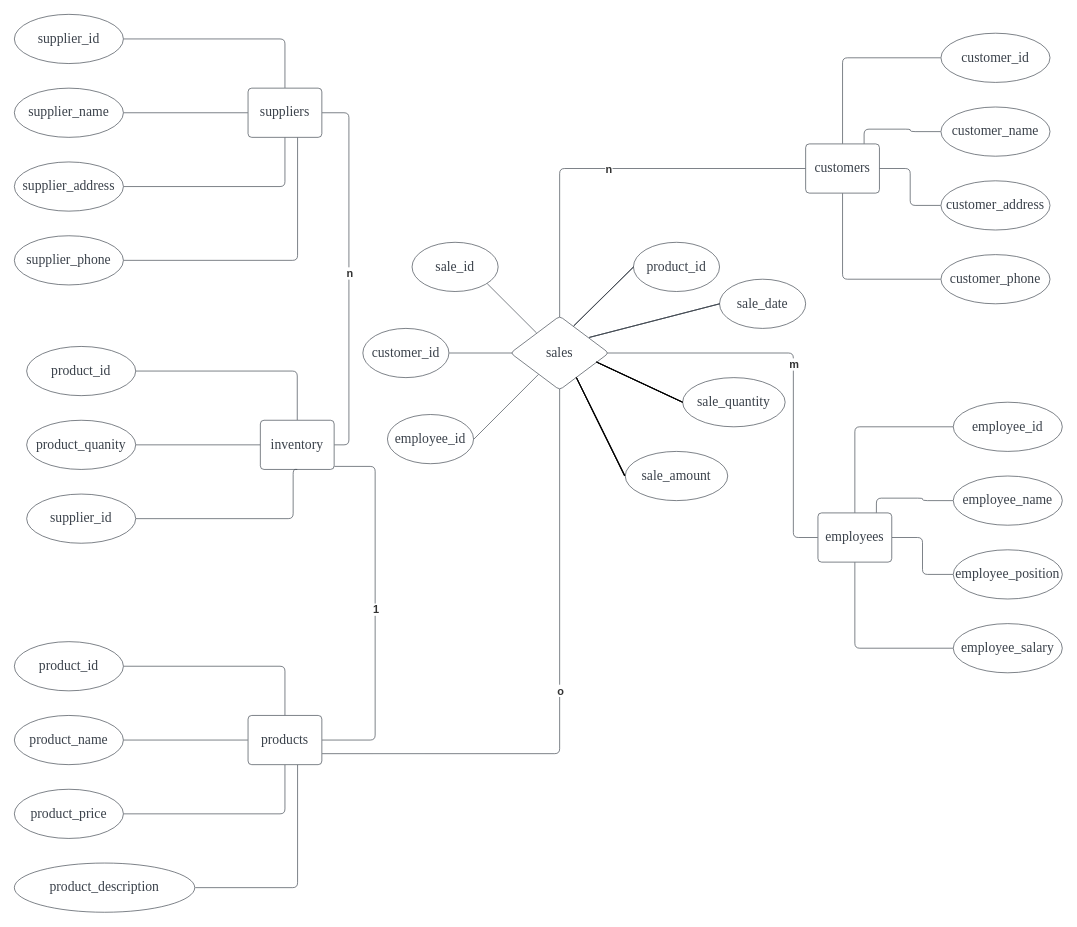
Earlier version of the draw.io diagram 未命名绘图.drawio (1665800095fghk/images). Source tidied: cells renumbered, new cells numbered last; positions are measured from the earlier drawing's top-left corner, leaving out a move shared by most shapes. Both pictures are drawn from the tidied source at 82%, with x=0, y=0 at pixel (14, 14).
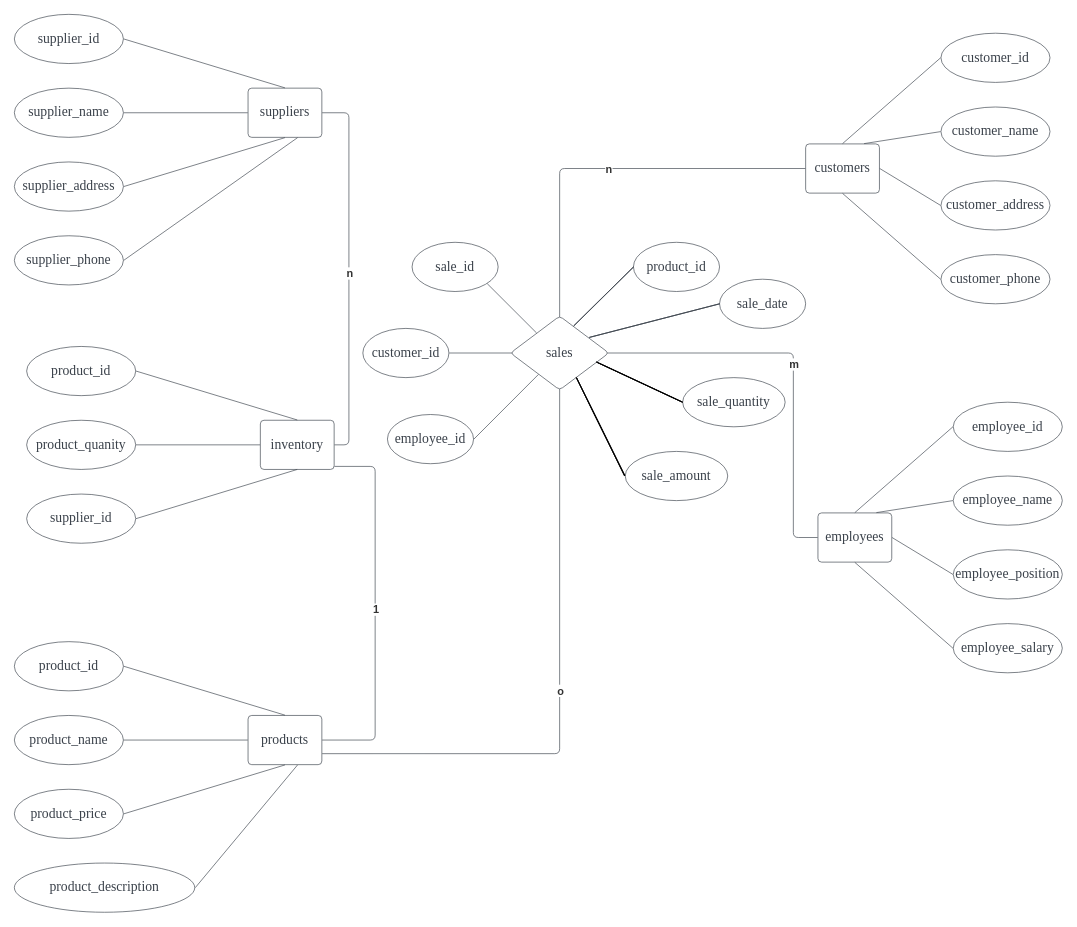
The same page after the edit.

Commit message (it also covers changes not shown here):
更新未命名绘图.drawio

Unchanged cells that the change refers to:
```xml
<mxCell id="2" value="suppliers" style="html=1;overflow=block;blockSpacing=1;whiteSpace=wrap;fontSize=16.7;fontFamily=Liberation Serif;fontColor=#3a414a;spacing=9;strokeColor=#3a414a;strokeOpacity=100;rounded=1;absoluteArcSize=1;arcSize=9;strokeWidth=0.8;lucidId=Sep5neUImhq2;" parent="1" vertex="1">
  <mxGeometry x="285" y="90" width="90" height="60" as="geometry" />
</mxCell>
<mxCell id="3" value="supplier_id" style="html=1;overflow=block;blockSpacing=1;whiteSpace=wrap;ellipse;fontSize=16.7;fontFamily=Liberation Serif;fontColor=#3a414a;spacing=3.8;strokeColor=#3a414a;strokeOpacity=100;rounded=1;absoluteArcSize=1;arcSize=9;strokeWidth=0.8;lucidId=gfp5u.XYYQyv;" parent="1" vertex="1">
  <mxGeometry width="133" height="60" as="geometry" />
</mxCell>
<mxCell id="5" value="supplier_name" style="html=1;overflow=block;blockSpacing=1;whiteSpace=wrap;ellipse;fontSize=16.7;fontFamily=Liberation Serif;fontColor=#3a414a;spacing=3.8;strokeColor=#3a414a;strokeOpacity=100;rounded=1;absoluteArcSize=1;arcSize=9;strokeWidth=0.8;lucidId=Ifp5OrtNDauU;" parent="1" vertex="1">
  <mxGeometry y="90" width="133" height="60" as="geometry" />
</mxCell>
<mxCell id="7" value="supplier_address" style="html=1;overflow=block;blockSpacing=1;whiteSpace=wrap;ellipse;fontSize=16.7;fontFamily=Liberation Serif;fontColor=#3a414a;spacing=3.8;strokeColor=#3a414a;strokeOpacity=100;rounded=1;absoluteArcSize=1;arcSize=9;strokeWidth=0.8;lucidId=hgp5oEQF3F-J;" parent="1" vertex="1">
  <mxGeometry y="180" width="133" height="60" as="geometry" />
</mxCell>
<mxCell id="8" value="supplier_phone" style="html=1;overflow=block;blockSpacing=1;whiteSpace=wrap;ellipse;fontSize=16.7;fontFamily=Liberation Serif;fontColor=#3a414a;spacing=3.8;strokeColor=#3a414a;strokeOpacity=100;rounded=1;absoluteArcSize=1;arcSize=9;strokeWidth=0.8;lucidId=ugp5~shOKRi8;" parent="1" vertex="1">
  <mxGeometry y="270" width="133" height="60" as="geometry" />
</mxCell>
<mxCell id="11" value="inventory" style="html=1;overflow=block;blockSpacing=1;whiteSpace=wrap;fontSize=16.7;fontFamily=Liberation Serif;fontColor=#3a414a;spacing=9;strokeColor=#3a414a;strokeOpacity=100;rounded=1;absoluteArcSize=1;arcSize=9;strokeWidth=0.8;lucidId=-gp5yeVl32ki;" parent="1" vertex="1">
  <mxGeometry x="300" y="495" width="90" height="60" as="geometry" />
</mxCell>
<mxCell id="12" value="product_id" style="html=1;overflow=block;blockSpacing=1;whiteSpace=wrap;ellipse;fontSize=16.7;fontFamily=Liberation Serif;fontColor=#3a414a;spacing=3.8;strokeColor=#3a414a;strokeOpacity=100;rounded=1;absoluteArcSize=1;arcSize=9;strokeWidth=0.8;lucidId=-gp50-KjH_hN;" parent="1" vertex="1">
  <mxGeometry x="15" y="405" width="133" height="60" as="geometry" />
</mxCell>
<mxCell id="14" value="product_quanity" style="html=1;overflow=block;blockSpacing=1;whiteSpace=wrap;ellipse;fontSize=16.7;fontFamily=Liberation Serif;fontColor=#3a414a;spacing=3.8;strokeColor=#3a414a;strokeOpacity=100;rounded=1;absoluteArcSize=1;arcSize=9;strokeWidth=0.8;lucidId=-gp5mOKjDxGL;" parent="1" vertex="1">
  <mxGeometry x="15" y="495" width="133" height="60" as="geometry" />
</mxCell>
<mxCell id="16" value="supplier_id" style="html=1;overflow=block;blockSpacing=1;whiteSpace=wrap;ellipse;fontSize=16.7;fontFamily=Liberation Serif;fontColor=#3a414a;spacing=3.8;strokeColor=#3a414a;strokeOpacity=100;rounded=1;absoluteArcSize=1;arcSize=9;strokeWidth=0.8;lucidId=-gp50WDZJ77X;" parent="1" vertex="1">
  <mxGeometry x="15" y="585" width="133" height="60" as="geometry" />
</mxCell>
<mxCell id="20" value="products" style="html=1;overflow=block;blockSpacing=1;whiteSpace=wrap;fontSize=16.7;fontFamily=Liberation Serif;fontColor=#3a414a;spacing=9;strokeColor=#3a414a;strokeOpacity=100;rounded=1;absoluteArcSize=1;arcSize=9;strokeWidth=0.8;lucidId=lkp5l0G5Sj5E;" parent="1" vertex="1">
  <mxGeometry x="285" y="855" width="90" height="60" as="geometry" />
</mxCell>
<mxCell id="21" value="product_id" style="html=1;overflow=block;blockSpacing=1;whiteSpace=wrap;ellipse;fontSize=16.7;fontFamily=Liberation Serif;fontColor=#3a414a;spacing=3.8;strokeColor=#3a414a;strokeOpacity=100;rounded=1;absoluteArcSize=1;arcSize=9;strokeWidth=0.8;lucidId=lkp5G.rTfdG3;" parent="1" vertex="1">
  <mxGeometry y="765" width="133" height="60" as="geometry" />
</mxCell>
<mxCell id="23" value="product_name" style="html=1;overflow=block;blockSpacing=1;whiteSpace=wrap;ellipse;fontSize=16.7;fontFamily=Liberation Serif;fontColor=#3a414a;spacing=3.8;strokeColor=#3a414a;strokeOpacity=100;rounded=1;absoluteArcSize=1;arcSize=9;strokeWidth=0.8;lucidId=lkp5Nl3lEITJ;" parent="1" vertex="1">
  <mxGeometry y="855" width="133" height="60" as="geometry" />
</mxCell>
<mxCell id="25" value="product_price" style="html=1;overflow=block;blockSpacing=1;whiteSpace=wrap;ellipse;fontSize=16.7;fontFamily=Liberation Serif;fontColor=#3a414a;spacing=3.8;strokeColor=#3a414a;strokeOpacity=100;rounded=1;absoluteArcSize=1;arcSize=9;strokeWidth=0.8;lucidId=lkp5rNPlRAAc;" parent="1" vertex="1">
  <mxGeometry y="945" width="133" height="60" as="geometry" />
</mxCell>
<mxCell id="26" value="product_description" style="html=1;overflow=block;blockSpacing=1;whiteSpace=wrap;ellipse;fontSize=16.7;fontFamily=Liberation Serif;fontColor=#3a414a;spacing=3.8;strokeColor=#3a414a;strokeOpacity=100;rounded=1;absoluteArcSize=1;arcSize=9;strokeWidth=0.8;lucidId=lkp5AS27QreE;" parent="1" vertex="1">
  <mxGeometry y="1035" width="220" height="60" as="geometry" />
</mxCell>
<mxCell id="31" value="customers" style="html=1;overflow=block;blockSpacing=1;whiteSpace=wrap;fontSize=16.7;fontFamily=Liberation Serif;fontColor=#3a414a;spacing=9;strokeColor=#3a414a;strokeOpacity=100;rounded=1;absoluteArcSize=1;arcSize=9;strokeWidth=0.8;lucidId=0lp5Yb0OICju;" parent="1" vertex="1">
  <mxGeometry x="965" y="158" width="90" height="60" as="geometry" />
</mxCell>
<mxCell id="32" value="customer_id" style="html=1;overflow=block;blockSpacing=1;whiteSpace=wrap;ellipse;fontSize=16.7;fontFamily=Liberation Serif;fontColor=#3a414a;spacing=3.8;strokeColor=#3a414a;strokeOpacity=100;rounded=1;absoluteArcSize=1;arcSize=9;strokeWidth=0.8;lucidId=0lp5p~02S.fO;" parent="1" vertex="1">
  <mxGeometry x="1130" y="23" width="133" height="60" as="geometry" />
</mxCell>
<mxCell id="33" value="customer_name" style="html=1;overflow=block;blockSpacing=1;whiteSpace=wrap;ellipse;fontSize=16.7;fontFamily=Liberation Serif;fontColor=#3a414a;spacing=3.8;strokeColor=#3a414a;strokeOpacity=100;rounded=1;absoluteArcSize=1;arcSize=9;strokeWidth=0.8;lucidId=0lp5~.7aNXSs;" parent="1" vertex="1">
  <mxGeometry x="1130" y="113" width="133" height="60" as="geometry" />
</mxCell>
<mxCell id="34" value="customer_address" style="html=1;overflow=block;blockSpacing=1;whiteSpace=wrap;ellipse;fontSize=16.7;fontFamily=Liberation Serif;fontColor=#3a414a;spacing=3.8;strokeColor=#3a414a;strokeOpacity=100;rounded=1;absoluteArcSize=1;arcSize=9;strokeWidth=0.8;lucidId=0lp5JUYz0IT6;" parent="1" vertex="1">
  <mxGeometry x="1130" y="203" width="133" height="60" as="geometry" />
</mxCell>
<mxCell id="35" value="customer_phone" style="html=1;overflow=block;blockSpacing=1;whiteSpace=wrap;ellipse;fontSize=16.7;fontFamily=Liberation Serif;fontColor=#3a414a;spacing=3.8;strokeColor=#3a414a;strokeOpacity=100;rounded=1;absoluteArcSize=1;arcSize=9;strokeWidth=0.8;lucidId=0lp5-nqXc4ge;" parent="1" vertex="1">
  <mxGeometry x="1130" y="293" width="133" height="60" as="geometry" />
</mxCell>
<mxCell id="40" value="employees" style="html=1;overflow=block;blockSpacing=1;whiteSpace=wrap;fontSize=16.7;fontFamily=Liberation Serif;fontColor=#3a414a;spacing=9;strokeColor=#3a414a;strokeOpacity=100;rounded=1;absoluteArcSize=1;arcSize=9;strokeWidth=0.8;lucidId=Bnp5GmCToEL5;" parent="1" vertex="1">
  <mxGeometry x="980" y="608" width="90" height="60" as="geometry" />
</mxCell>
<mxCell id="41" value="employee_id" style="html=1;overflow=block;blockSpacing=1;whiteSpace=wrap;ellipse;fontSize=16.7;fontFamily=Liberation Serif;fontColor=#3a414a;spacing=3.8;strokeColor=#3a414a;strokeOpacity=100;rounded=1;absoluteArcSize=1;arcSize=9;strokeWidth=0.8;lucidId=Bnp5sOrf8Ut1;" parent="1" vertex="1">
  <mxGeometry x="1145" y="473" width="133" height="60" as="geometry" />
</mxCell>
<mxCell id="42" value="employee_name" style="html=1;overflow=block;blockSpacing=1;whiteSpace=wrap;ellipse;fontSize=16.7;fontFamily=Liberation Serif;fontColor=#3a414a;spacing=3.8;strokeColor=#3a414a;strokeOpacity=100;rounded=1;absoluteArcSize=1;arcSize=9;strokeWidth=0.8;lucidId=Bnp5X9WLORIE;" parent="1" vertex="1">
  <mxGeometry x="1145" y="563" width="133" height="60" as="geometry" />
</mxCell>
<mxCell id="43" value="employee_position" style="html=1;overflow=block;blockSpacing=1;whiteSpace=wrap;ellipse;fontSize=16.7;fontFamily=Liberation Serif;fontColor=#3a414a;spacing=3.8;strokeColor=#3a414a;strokeOpacity=100;rounded=1;absoluteArcSize=1;arcSize=9;strokeWidth=0.8;lucidId=Bnp5gPhgg_ge;" parent="1" vertex="1">
  <mxGeometry x="1145" y="653" width="133" height="60" as="geometry" />
</mxCell>
<mxCell id="44" value="employee_salary" style="html=1;overflow=block;blockSpacing=1;whiteSpace=wrap;ellipse;fontSize=16.7;fontFamily=Liberation Serif;fontColor=#3a414a;spacing=3.8;strokeColor=#3a414a;strokeOpacity=100;rounded=1;absoluteArcSize=1;arcSize=9;strokeWidth=0.8;lucidId=Bnp5AG_.wRQ8;" parent="1" vertex="1">
  <mxGeometry x="1145" y="743" width="133" height="60" as="geometry" />
</mxCell>
```

The edit, as a diff of the source:
```diff
@@
-    <mxCell id="4" style="html=1;jettySize=18;whiteSpace=wrap;fontSize=13;strokeColor=#3a414a;strokeOpacity=100;strokeWidth=0.8;rounded=1;arcSize=12;edgeStyle=orthogonalEdgeStyle;startArrow=none;endArrow=none;exitX=1.003;exitY=0.5;exitPerimeter=0;entryX=0.5;entryY=-0.006;entryPerimeter=0;lucidId=Efp5n_yI7JjN;" parent="1" edge="1" source="3" target="2">
+    <mxCell id="4" style="html=1;jettySize=18;whiteSpace=wrap;fontSize=13;strokeColor=#3a414a;strokeOpacity=100;strokeWidth=0.8;rounded=1;arcSize=12;startArrow=none;endArrow=none;exitX=1.003;exitY=0.5;exitPerimeter=0;entryX=0.5;entryY=-0.006;entryPerimeter=0;lucidId=Efp5n_yI7JjN;" parent="1" edge="1" source="3" target="2">
       <mxGeometry relative="1" as="geometry" />
     </mxCell>
@@
-    <mxCell id="6" style="html=1;jettySize=18;whiteSpace=wrap;fontSize=13;strokeColor=#3a414a;strokeOpacity=100;strokeWidth=0.8;rounded=1;arcSize=12;edgeStyle=orthogonalEdgeStyle;startArrow=none;endArrow=none;exitX=1.003;exitY=0.5;exitPerimeter=0;entryX=-0.004;entryY=0.5;entryPerimeter=0;lucidId=Sfp5yTt3aqdA;" parent="1" edge="1" source="5" target="2">
+    <mxCell id="6" style="html=1;jettySize=18;whiteSpace=wrap;fontSize=13;strokeColor=#3a414a;strokeOpacity=100;strokeWidth=0.8;rounded=1;arcSize=12;startArrow=none;endArrow=none;exitX=1.003;exitY=0.5;exitPerimeter=0;entryX=-0.004;entryY=0.5;entryPerimeter=0;lucidId=Sfp5yTt3aqdA;" parent="1" edge="1" source="5" target="2">
       <mxGeometry relative="1" as="geometry" />
     </mxCell>
@@
-    <mxCell id="9" style="html=1;jettySize=18;whiteSpace=wrap;fontSize=13;strokeColor=#3a414a;strokeOpacity=100;strokeWidth=0.8;rounded=1;arcSize=12;edgeStyle=orthogonalEdgeStyle;startArrow=none;endArrow=none;exitX=1.003;exitY=0.5;exitPerimeter=0;entryX=0.5;entryY=1.006;entryPerimeter=0;lucidId=Ogp5b-RRdkxk;" parent="1" edge="1" source="7" target="2">
+    <mxCell id="9" style="html=1;jettySize=18;whiteSpace=wrap;fontSize=13;strokeColor=#3a414a;strokeOpacity=100;strokeWidth=0.8;rounded=1;arcSize=12;startArrow=none;endArrow=none;exitX=1.003;exitY=0.5;exitPerimeter=0;entryX=0.5;entryY=1.006;entryPerimeter=0;lucidId=Ogp5b-RRdkxk;" parent="1" edge="1" source="7" target="2">
       <mxGeometry relative="1" as="geometry" />
     </mxCell>
-    <mxCell id="10" style="html=1;jettySize=18;whiteSpace=wrap;fontSize=13;strokeColor=#3a414a;strokeOpacity=100;strokeWidth=0.8;rounded=1;arcSize=12;edgeStyle=orthogonalEdgeStyle;startArrow=none;endArrow=none;exitX=1.003;exitY=0.5;exitPerimeter=0;entryX=0.671;entryY=1.006;entryPerimeter=0;lucidId=Vgp5s5BR5_41;" parent="1" edge="1" source="8" target="2">
+    <mxCell id="10" style="html=1;jettySize=18;whiteSpace=wrap;fontSize=13;strokeColor=#3a414a;strokeOpacity=100;strokeWidth=0.8;rounded=1;arcSize=12;startArrow=none;endArrow=none;exitX=1.003;exitY=0.5;exitPerimeter=0;entryX=0.671;entryY=1.006;entryPerimeter=0;lucidId=Vgp5s5BR5_41;" parent="1" edge="1" source="8" target="2">
       <mxGeometry relative="1" as="geometry" />
     </mxCell>
@@
-    <mxCell id="13" style="html=1;jettySize=18;whiteSpace=wrap;fontSize=13;strokeColor=#3a414a;strokeOpacity=100;strokeWidth=0.8;rounded=1;arcSize=12;edgeStyle=orthogonalEdgeStyle;startArrow=none;endArrow=none;exitX=1.003;exitY=0.5;exitPerimeter=0;entryX=0.5;entryY=-0.006;entryPerimeter=0;lucidId=-gp51PPZ5SZd;" parent="1" edge="1" source="12" target="11">
+    <mxCell id="13" style="html=1;jettySize=18;whiteSpace=wrap;fontSize=13;strokeColor=#3a414a;strokeOpacity=100;strokeWidth=0.8;rounded=1;arcSize=12;startArrow=none;endArrow=none;exitX=1.003;exitY=0.5;exitPerimeter=0;entryX=0.5;entryY=-0.006;entryPerimeter=0;lucidId=-gp51PPZ5SZd;" parent="1" edge="1" source="12" target="11">
       <mxGeometry relative="1" as="geometry" />
     </mxCell>
@@
-    <mxCell id="15" style="html=1;jettySize=18;whiteSpace=wrap;fontSize=13;strokeColor=#3a414a;strokeOpacity=100;strokeWidth=0.8;rounded=1;arcSize=12;edgeStyle=orthogonalEdgeStyle;startArrow=none;endArrow=none;exitX=1.003;exitY=0.5;exitPerimeter=0;entryX=-0.004;entryY=0.5;entryPerimeter=0;lucidId=-gp5pai7sB8c;" parent="1" edge="1" source="14" target="11">
+    <mxCell id="15" style="html=1;jettySize=18;whiteSpace=wrap;fontSize=13;strokeColor=#3a414a;strokeOpacity=100;strokeWidth=0.8;rounded=1;arcSize=12;startArrow=none;endArrow=none;exitX=1.003;exitY=0.5;exitPerimeter=0;entryX=-0.004;entryY=0.5;entryPerimeter=0;lucidId=-gp5pai7sB8c;" parent="1" edge="1" source="14" target="11">
       <mxGeometry relative="1" as="geometry" />
     </mxCell>
@@
-    <mxCell id="17" style="html=1;jettySize=18;whiteSpace=wrap;fontSize=13;strokeColor=#3a414a;strokeOpacity=100;strokeWidth=0.8;rounded=1;arcSize=12;edgeStyle=orthogonalEdgeStyle;startArrow=none;endArrow=none;exitX=1.003;exitY=0.5;exitPerimeter=0;lucidId=-gp5.6cZ6XE2;entryX=0.5;entryY=1;entryDx=0;entryDy=0;" parent="1" edge="1" source="16" target="11">
-      <mxGeometry relative="1" as="geometry">
-        <Array as="points">
-          <mxPoint x="340" y="615" />
-          <mxPoint x="340" y="555" />
-        </Array>
-      </mxGeometry>
+    <mxCell id="17" style="html=1;jettySize=18;whiteSpace=wrap;fontSize=13;strokeColor=#3a414a;strokeOpacity=100;strokeWidth=0.8;rounded=1;arcSize=12;startArrow=none;endArrow=none;exitX=1.003;exitY=0.5;exitPerimeter=0;lucidId=-gp5.6cZ6XE2;entryX=0.5;entryY=1;entryDx=0;entryDy=0;" parent="1" edge="1" source="16" target="11">
+      <mxGeometry relative="1" as="geometry" />
     </mxCell>
@@
-    <mxCell id="22" style="html=1;jettySize=18;whiteSpace=wrap;fontSize=13;strokeColor=#3a414a;strokeOpacity=100;strokeWidth=0.8;rounded=1;arcSize=12;edgeStyle=orthogonalEdgeStyle;startArrow=none;endArrow=none;exitX=1.003;exitY=0.5;exitPerimeter=0;entryX=0.5;entryY=-0.006;entryPerimeter=0;lucidId=lkp5Vno9pyfl;" parent="1" edge="1" source="21" target="20">
+    <mxCell id="22" style="html=1;jettySize=18;whiteSpace=wrap;fontSize=13;strokeColor=#3a414a;strokeOpacity=100;strokeWidth=0.8;rounded=1;arcSize=12;startArrow=none;endArrow=none;exitX=1.003;exitY=0.5;exitPerimeter=0;entryX=0.5;entryY=-0.006;entryPerimeter=0;lucidId=lkp5Vno9pyfl;" parent="1" edge="1" source="21" target="20">
       <mxGeometry relative="1" as="geometry" />
     </mxCell>
@@
-    <mxCell id="24" style="html=1;jettySize=18;whiteSpace=wrap;fontSize=13;strokeColor=#3a414a;strokeOpacity=100;strokeWidth=0.8;rounded=1;arcSize=12;edgeStyle=orthogonalEdgeStyle;startArrow=none;endArrow=none;exitX=1.003;exitY=0.5;exitPerimeter=0;entryX=-0.004;entryY=0.5;entryPerimeter=0;lucidId=lkp5eTUhG8J5;" parent="1" edge="1" source="23" target="20">
+    <mxCell id="24" style="html=1;jettySize=18;whiteSpace=wrap;fontSize=13;strokeColor=#3a414a;strokeOpacity=100;strokeWidth=0.8;rounded=1;arcSize=12;startArrow=none;endArrow=none;exitX=1.003;exitY=0.5;exitPerimeter=0;entryX=-0.004;entryY=0.5;entryPerimeter=0;lucidId=lkp5eTUhG8J5;" parent="1" edge="1" source="23" target="20">
       <mxGeometry relative="1" as="geometry" />
     </mxCell>
@@
-    <mxCell id="27" style="html=1;jettySize=18;whiteSpace=wrap;fontSize=13;strokeColor=#3a414a;strokeOpacity=100;strokeWidth=0.8;rounded=1;arcSize=12;edgeStyle=orthogonalEdgeStyle;startArrow=none;endArrow=none;exitX=1.003;exitY=0.5;exitPerimeter=0;entryX=0.5;entryY=1.006;entryPerimeter=0;lucidId=lkp5MqzEx-MU;" parent="1" edge="1" source="25" target="20">
+    <mxCell id="27" style="html=1;jettySize=18;whiteSpace=wrap;fontSize=13;strokeColor=#3a414a;strokeOpacity=100;strokeWidth=0.8;rounded=1;arcSize=12;startArrow=none;endArrow=none;exitX=1.003;exitY=0.5;exitPerimeter=0;entryX=0.5;entryY=1.006;entryPerimeter=0;lucidId=lkp5MqzEx-MU;" parent="1" edge="1" source="25" target="20">
       <mxGeometry relative="1" as="geometry" />
     </mxCell>
-    <mxCell id="28" style="html=1;jettySize=18;whiteSpace=wrap;fontSize=13;strokeColor=#3a414a;strokeOpacity=100;strokeWidth=0.8;rounded=1;arcSize=12;edgeStyle=orthogonalEdgeStyle;startArrow=none;endArrow=none;exitX=1.003;exitY=0.5;exitPerimeter=0;entryX=0.671;entryY=1.006;entryPerimeter=0;lucidId=lkp5d1ihTbN0;" parent="1" edge="1" source="26" target="20">
+    <mxCell id="28" style="html=1;jettySize=18;whiteSpace=wrap;fontSize=13;strokeColor=#3a414a;strokeOpacity=100;strokeWidth=0.8;rounded=1;arcSize=12;startArrow=none;endArrow=none;exitX=1.003;exitY=0.5;exitPerimeter=0;entryX=0.671;entryY=1.006;entryPerimeter=0;lucidId=lkp5d1ihTbN0;" parent="1" edge="1" source="26" target="20">
       <mxGeometry relative="1" as="geometry" />
     </mxCell>
@@
-    <mxCell id="36" style="html=1;jettySize=18;whiteSpace=wrap;fontSize=13;strokeColor=#3a414a;strokeOpacity=100;strokeWidth=0.8;rounded=1;arcSize=12;edgeStyle=orthogonalEdgeStyle;startArrow=none;endArrow=none;exitX=-0.003;exitY=0.5;exitPerimeter=0;entryX=0.5;entryY=-0.006;entryPerimeter=0;lucidId=Pmp5X~xRKiw5;" parent="1" edge="1" source="32" target="31">
+    <mxCell id="36" style="html=1;jettySize=18;whiteSpace=wrap;fontSize=13;strokeColor=#3a414a;strokeOpacity=100;strokeWidth=0.8;rounded=1;arcSize=12;startArrow=none;endArrow=none;exitX=-0.003;exitY=0.5;exitPerimeter=0;entryX=0.5;entryY=-0.006;entryPerimeter=0;lucidId=Pmp5X~xRKiw5;" parent="1" edge="1" source="32" target="31">
       <mxGeometry relative="1" as="geometry" />
     </mxCell>
-    <mxCell id="37" style="html=1;jettySize=18;whiteSpace=wrap;fontSize=13;strokeColor=#3a414a;strokeOpacity=100;strokeWidth=0.8;rounded=1;arcSize=12;edgeStyle=orthogonalEdgeStyle;startArrow=none;endArrow=none;exitX=-0.003;exitY=0.5;exitPerimeter=0;entryX=0.792;entryY=-0.006;entryPerimeter=0;lucidId=Smp5-gg-2Kra;" parent="1" edge="1" source="33" target="31">
+    <mxCell id="37" style="html=1;jettySize=18;whiteSpace=wrap;fontSize=13;strokeColor=#3a414a;strokeOpacity=100;strokeWidth=0.8;rounded=1;arcSize=12;startArrow=none;endArrow=none;exitX=-0.003;exitY=0.5;exitPerimeter=0;entryX=0.792;entryY=-0.006;entryPerimeter=0;lucidId=Smp5-gg-2Kra;" parent="1" edge="1" source="33" target="31">
       <mxGeometry relative="1" as="geometry" />
     </mxCell>
-    <mxCell id="38" style="html=1;jettySize=18;whiteSpace=wrap;fontSize=13;strokeColor=#3a414a;strokeOpacity=100;strokeWidth=0.8;rounded=1;arcSize=12;edgeStyle=orthogonalEdgeStyle;startArrow=none;endArrow=none;exitX=-0.003;exitY=0.5;exitPerimeter=0;entryX=1.004;entryY=0.5;entryPerimeter=0;lucidId=Ump5.5rFpVZY;" parent="1" edge="1" source="34" target="31">
+    <mxCell id="38" style="html=1;jettySize=18;whiteSpace=wrap;fontSize=13;strokeColor=#3a414a;strokeOpacity=100;strokeWidth=0.8;rounded=1;arcSize=12;startArrow=none;endArrow=none;exitX=-0.003;exitY=0.5;exitPerimeter=0;entryX=1.004;entryY=0.5;entryPerimeter=0;lucidId=Ump5.5rFpVZY;" parent="1" edge="1" source="34" target="31">
       <mxGeometry relative="1" as="geometry" />
     </mxCell>
-    <mxCell id="39" style="html=1;jettySize=18;whiteSpace=wrap;fontSize=13;strokeColor=#3a414a;strokeOpacity=100;strokeWidth=0.8;rounded=1;arcSize=12;edgeStyle=orthogonalEdgeStyle;startArrow=none;endArrow=none;exitX=-0.003;exitY=0.5;exitPerimeter=0;entryX=0.5;entryY=1.006;entryPerimeter=0;lucidId=Ymp5M7uoDPjZ;" parent="1" edge="1" source="35" target="31">
+    <mxCell id="39" style="html=1;jettySize=18;whiteSpace=wrap;fontSize=13;strokeColor=#3a414a;strokeOpacity=100;strokeWidth=0.8;rounded=1;arcSize=12;startArrow=none;endArrow=none;exitX=-0.003;exitY=0.5;exitPerimeter=0;entryX=0.5;entryY=1.006;entryPerimeter=0;lucidId=Ymp5M7uoDPjZ;" parent="1" edge="1" source="35" target="31">
       <mxGeometry relative="1" as="geometry" />
     </mxCell>
@@
-    <mxCell id="45" style="html=1;jettySize=18;whiteSpace=wrap;fontSize=13;strokeColor=#3a414a;strokeOpacity=100;strokeWidth=0.8;rounded=1;arcSize=12;edgeStyle=orthogonalEdgeStyle;startArrow=none;endArrow=none;exitX=-0.003;exitY=0.5;exitPerimeter=0;entryX=0.5;entryY=-0.006;entryPerimeter=0;lucidId=Bnp5hr0SZ5Fk;" parent="1" edge="1" source="41" target="40">
+    <mxCell id="45" style="html=1;jettySize=18;whiteSpace=wrap;fontSize=13;strokeColor=#3a414a;strokeOpacity=100;strokeWidth=0.8;rounded=1;arcSize=12;startArrow=none;endArrow=none;exitX=-0.003;exitY=0.5;exitPerimeter=0;entryX=0.5;entryY=-0.006;entryPerimeter=0;lucidId=Bnp5hr0SZ5Fk;" parent="1" edge="1" source="41" target="40">
       <mxGeometry relative="1" as="geometry" />
     </mxCell>
-    <mxCell id="46" style="html=1;jettySize=18;whiteSpace=wrap;fontSize=13;strokeColor=#3a414a;strokeOpacity=100;strokeWidth=0.8;rounded=1;arcSize=12;edgeStyle=orthogonalEdgeStyle;startArrow=none;endArrow=none;exitX=-0.003;exitY=0.5;exitPerimeter=0;entryX=0.792;entryY=-0.006;entryPerimeter=0;lucidId=Bnp5baM3fddu;" parent="1" edge="1" source="42" target="40">
+    <mxCell id="46" style="html=1;jettySize=18;whiteSpace=wrap;fontSize=13;strokeColor=#3a414a;strokeOpacity=100;strokeWidth=0.8;rounded=1;arcSize=12;startArrow=none;endArrow=none;exitX=-0.003;exitY=0.5;exitPerimeter=0;entryX=0.792;entryY=-0.006;entryPerimeter=0;lucidId=Bnp5baM3fddu;" parent="1" edge="1" source="42" target="40">
       <mxGeometry relative="1" as="geometry" />
     </mxCell>
-    <mxCell id="47" style="html=1;jettySize=18;whiteSpace=wrap;fontSize=13;strokeColor=#3a414a;strokeOpacity=100;strokeWidth=0.8;rounded=1;arcSize=12;edgeStyle=orthogonalEdgeStyle;startArrow=none;endArrow=none;exitX=-0.003;exitY=0.5;exitPerimeter=0;entryX=1.004;entryY=0.5;entryPerimeter=0;lucidId=Bnp51N0P2QJl;" parent="1" edge="1" source="43" target="40">
+    <mxCell id="47" style="html=1;jettySize=18;whiteSpace=wrap;fontSize=13;strokeColor=#3a414a;strokeOpacity=100;strokeWidth=0.8;rounded=1;arcSize=12;startArrow=none;endArrow=none;exitX=-0.003;exitY=0.5;exitPerimeter=0;entryX=1.004;entryY=0.5;entryPerimeter=0;lucidId=Bnp51N0P2QJl;" parent="1" edge="1" source="43" target="40">
       <mxGeometry relative="1" as="geometry" />
     </mxCell>
-    <mxCell id="48" style="html=1;jettySize=18;whiteSpace=wrap;fontSize=13;strokeColor=#3a414a;strokeOpacity=100;strokeWidth=0.8;rounded=1;arcSize=12;edgeStyle=orthogonalEdgeStyle;startArrow=none;endArrow=none;exitX=-0.003;exitY=0.5;exitPerimeter=0;entryX=0.5;entryY=1.006;entryPerimeter=0;lucidId=Bnp5IH_Vfbps;" parent="1" edge="1" source="44" target="40">
+    <mxCell id="48" style="html=1;jettySize=18;whiteSpace=wrap;fontSize=13;strokeColor=#3a414a;strokeOpacity=100;strokeWidth=0.8;rounded=1;arcSize=12;startArrow=none;endArrow=none;exitX=-0.003;exitY=0.5;exitPerimeter=0;entryX=0.5;entryY=1.006;entryPerimeter=0;lucidId=Bnp5IH_Vfbps;" parent="1" edge="1" source="44" target="40">
       <mxGeometry relative="1" as="geometry" />
     </mxCell>
```
